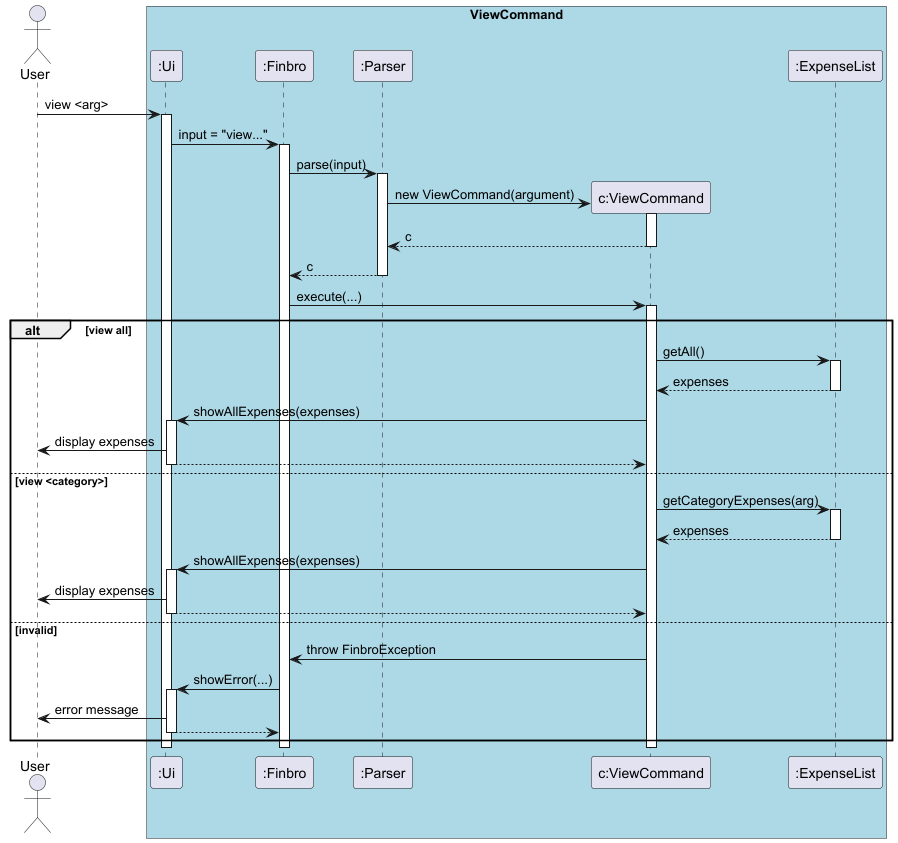
This is docs/UML_diagrams/images/ViewCommand.png from zihaoalt/tp, a PlantUML export, as it was before one commit.
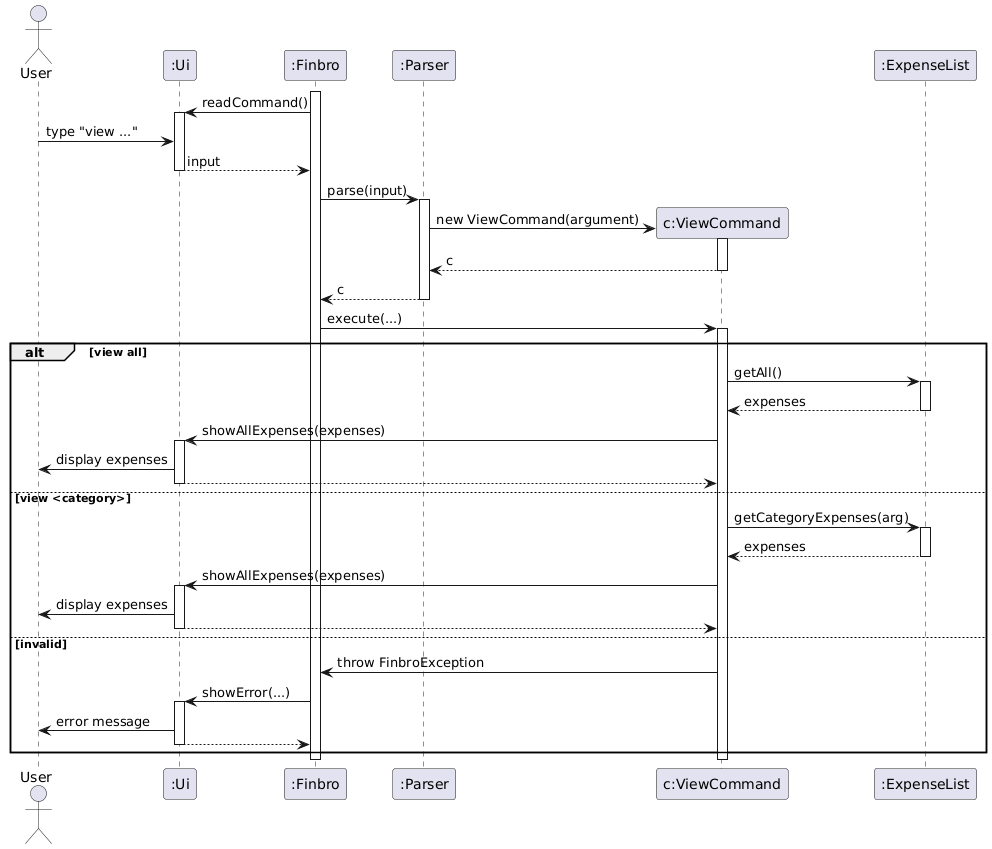
The same diagram one commit later.

Commit message:
Fix the initial ui finbro and parser interaction for add delete architecture and view and also remove the background color for these

Diff of the diagram source:
```diff
@@ -1,22 +1,22 @@
-@startuml ViewCommand
+@startuml
 actor User
 
-box "ViewCommand" #LightBlue
 participant ":Ui"
 participant ":Finbro"
 participant ":Parser"
 participant "c:ViewCommand"
 participant ":ExpenseList"
-end box
 
-User -> ":Ui" : view <arg>
-activate ":Ui"
 
-":Ui" -> ":Finbro" : input = "view..."
 activate ":Finbro"
+":Finbro" -> ":Ui" ++ : readCommand()
+User -> ":Ui" : type "view ..."
+":Ui" --> ":Finbro" : input
+deactivate ":Ui"
 
 ":Finbro" -> ":Parser" : parse(input)
 activate ":Parser"
+
 
 create "c:ViewCommand"
 ":Parser" -> "c:ViewCommand" : new ViewCommand(argument)
@@ -56,5 +56,4 @@
 deactivate "c:ViewCommand"
 deactivate ":Finbro"
 deactivate ":Ui"
-
 @enduml
```
